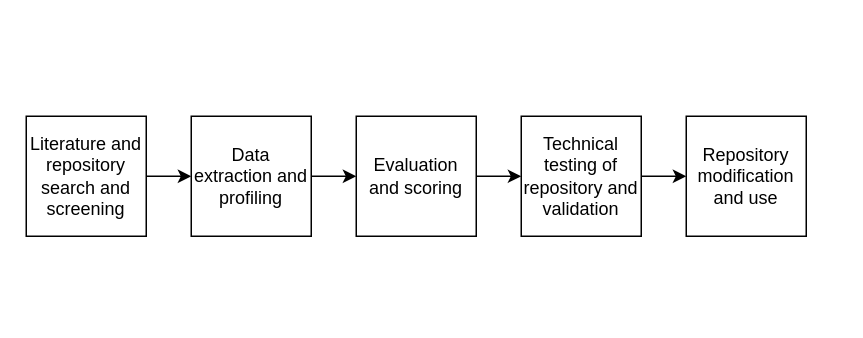
arnanaraza/diagrams keeps this draw.io diagram as blokc.drawio. Above is the earlier version. Source tidied: cells renumbered, new cells numbered last; positions are measured from the earlier drawing's top-left corner, leaving out a move shared by most shapes. Both pictures are drawn from the tidied source at 150%, with x=0, y=0 at pixel (26, 116).
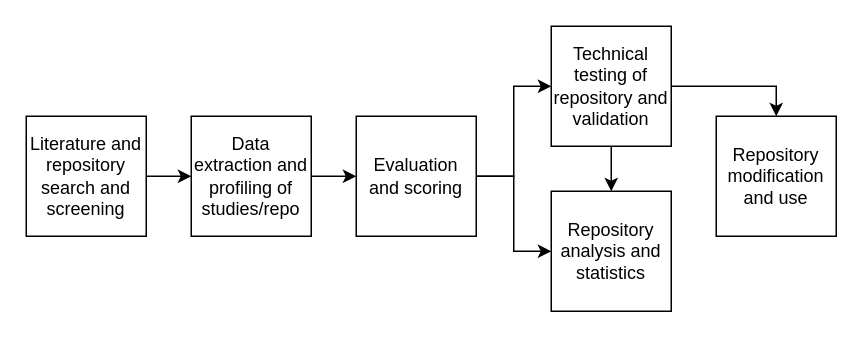
The same page after the edit.

Change to the diagram source:
```diff
@@
 <mxGraphModel>
   <root>
     <mxCell id="0" />
     <mxCell id="1" parent="0" />
-    <mxCell id="2" style="edgeStyle=orthogonalEdgeStyle;rounded=0;jettySize=auto;html=1;exitX=1;exitY=0.5;exitDx=0;exitDy=0;entryX=0;entryY=0.5;entryDx=0;entryDy=0;" parent="1" edge="1" source="3" target="5">
+    <mxCell id="2" style="edgeStyle=orthogonalEdgeStyle;rounded=0;jettySize=auto;html=1;exitX=1;exitY=0.5;exitDx=0;exitDy=0;entryX=0;entryY=0.5;entryDx=0;entryDy=0;labelBackgroundColor=none;fontColor=default;" parent="1" edge="1" source="3" target="5">
       <mxGeometry relative="1" as="geometry" />
     </mxCell>
-    <mxCell id="3" value="Literature and repository search and screening" style="whiteSpace=wrap;html=1;" parent="1" vertex="1">
+    <mxCell id="3" value="Literature and repository search and screening" style="whiteSpace=wrap;html=1;labelBackgroundColor=none;" parent="1" vertex="1">
       <mxGeometry width="80" height="80" as="geometry" />
     </mxCell>
-    <mxCell id="4" style="edgeStyle=orthogonalEdgeStyle;rounded=0;jettySize=auto;html=1;exitX=1;exitY=0.5;exitDx=0;exitDy=0;entryX=0;entryY=0.5;entryDx=0;entryDy=0;" parent="1" edge="1" source="5" target="7">
+    <mxCell id="4" style="edgeStyle=orthogonalEdgeStyle;rounded=0;jettySize=auto;html=1;exitX=1;exitY=0.5;exitDx=0;exitDy=0;entryX=0;entryY=0.5;entryDx=0;entryDy=0;labelBackgroundColor=none;fontColor=default;" parent="1" edge="1" source="5" target="7">
       <mxGeometry relative="1" as="geometry" />
     </mxCell>
-    <mxCell id="5" value="Data extraction and profiling" style="whiteSpace=wrap;html=1;" parent="1" vertex="1">
+    <mxCell id="5" value="Data extraction and profiling of studies/repo" style="whiteSpace=wrap;html=1;labelBackgroundColor=none;" parent="1" vertex="1">
       <mxGeometry x="110" width="80" height="80" as="geometry" />
     </mxCell>
-    <mxCell id="6" style="edgeStyle=orthogonalEdgeStyle;rounded=0;jettySize=auto;html=1;exitX=1;exitY=0.5;exitDx=0;exitDy=0;entryX=0;entryY=0.5;entryDx=0;entryDy=0;" parent="1" edge="1" source="7" target="9">
+    <mxCell id="6" style="edgeStyle=orthogonalEdgeStyle;rounded=0;jettySize=auto;html=1;exitX=1;exitY=0.5;exitDx=0;exitDy=0;entryX=0;entryY=0.5;entryDx=0;entryDy=0;fontColor=default;labelBackgroundColor=none;" parent="1" edge="1" source="7" target="9">
       <mxGeometry relative="1" as="geometry" />
     </mxCell>
+    <mxCell id="11" style="edgeStyle=orthogonalEdgeStyle;rounded=0;jettySize=auto;html=1;exitX=1;exitY=0.5;exitDx=0;exitDy=0;entryX=0;entryY=0.5;entryDx=0;entryDy=0;fontColor=default;labelBackgroundColor=none;" parent="1" edge="1" source="7" target="13">
+      <mxGeometry relative="1" as="geometry" />
+    </mxCell>
-    <mxCell id="7" value="Evaluation and scoring" style="whiteSpace=wrap;html=1;" parent="1" vertex="1">
+    <mxCell id="7" value="Evaluation and scoring" style="whiteSpace=wrap;html=1;labelBackgroundColor=none;" parent="1" vertex="1">
       <mxGeometry x="220" width="80" height="80" as="geometry" />
     </mxCell>
+    <mxCell id="12" style="edgeStyle=orthogonalEdgeStyle;rounded=0;jettySize=auto;html=1;exitX=0.5;exitY=1;exitDx=0;exitDy=0;entryX=0.5;entryY=0;entryDx=0;entryDy=0;fontColor=default;labelBackgroundColor=none;" parent="1" edge="1" source="9" target="13">
+      <mxGeometry relative="1" as="geometry" />
+    </mxCell>
-    <mxCell id="8" style="edgeStyle=orthogonalEdgeStyle;rounded=0;jettySize=auto;html=1;exitX=1;exitY=0.5;exitDx=0;exitDy=0;entryX=0;entryY=0.5;entryDx=0;entryDy=0;" parent="1" edge="1" source="9" target="10">
+    <mxCell id="8" style="edgeStyle=orthogonalEdgeStyle;rounded=0;jettySize=auto;html=1;exitX=1;exitY=0.5;exitDx=0;exitDy=0;entryX=0.5;entryY=0;entryDx=0;entryDy=0;fontColor=default;labelBackgroundColor=none;" parent="1" edge="1" source="9" target="10">
       <mxGeometry relative="1" as="geometry" />
     </mxCell>
-    <mxCell id="9" value="Technical testing of repository and validation" style="whiteSpace=wrap;html=1;" parent="1" vertex="1">
-      <mxGeometry x="330" width="80" height="80" as="geometry" />
+    <mxCell id="9" value="Technical testing of repository and validation" style="whiteSpace=wrap;html=1;labelBackgroundColor=none;" parent="1" vertex="1">
+      <mxGeometry x="350" y="-60" width="80" height="80" as="geometry" />
     </mxCell>
-    <mxCell id="10" value="Repository modification and use" style="whiteSpace=wrap;html=1;" parent="1" vertex="1">
-      <mxGeometry x="440" width="80" height="80" as="geometry" />
+    <mxCell id="10" value="Repository modification and use" style="whiteSpace=wrap;html=1;labelBackgroundColor=none;" parent="1" vertex="1">
+      <mxGeometry x="460" width="80" height="80" as="geometry" />
     </mxCell>
+    <mxCell id="13" value="Repository analysis and statistics" style="whiteSpace=wrap;html=1;labelBackgroundColor=none;" parent="1" vertex="1">
+      <mxGeometry x="350" y="50" width="80" height="80" as="geometry" />
+    </mxCell>
   </root>
 </mxGraphModel>
```
